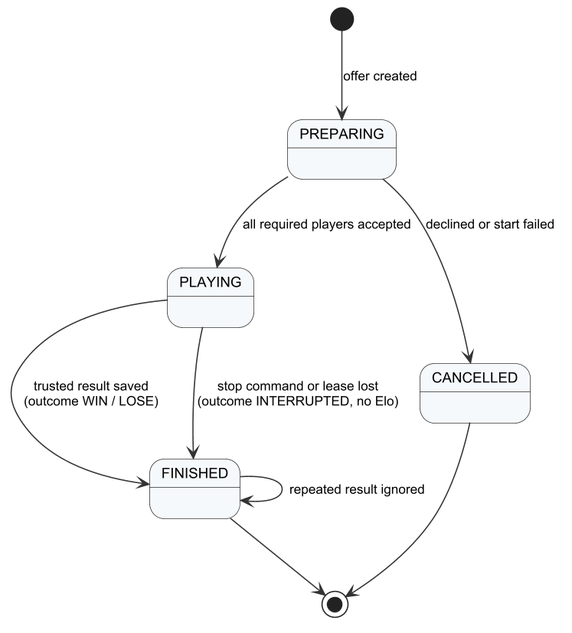
Tad-Min/PickleVerse keeps this PlantUML diagram as Doc/Project_report/Report/diagrams/png/r4_sm_match.png. Above is the earlier version. The source it was exported from:
```plantuml
@startuml r4_sm_match
!include _style.iuml
[*] --> PREPARING : offer created
PREPARING --> PLAYING : all required players accepted
PREPARING --> CANCELLED : declined or start failed
PLAYING --> FINISHED : trusted result saved\n(outcome WIN / LOSE)
PLAYING --> FINISHED : stop command or lease lost\n(outcome INTERRUPTED, no Elo)
FINISHED --> FINISHED : repeated result ignored
FINISHED --> [*]
CANCELLED --> [*]
@enduml
```
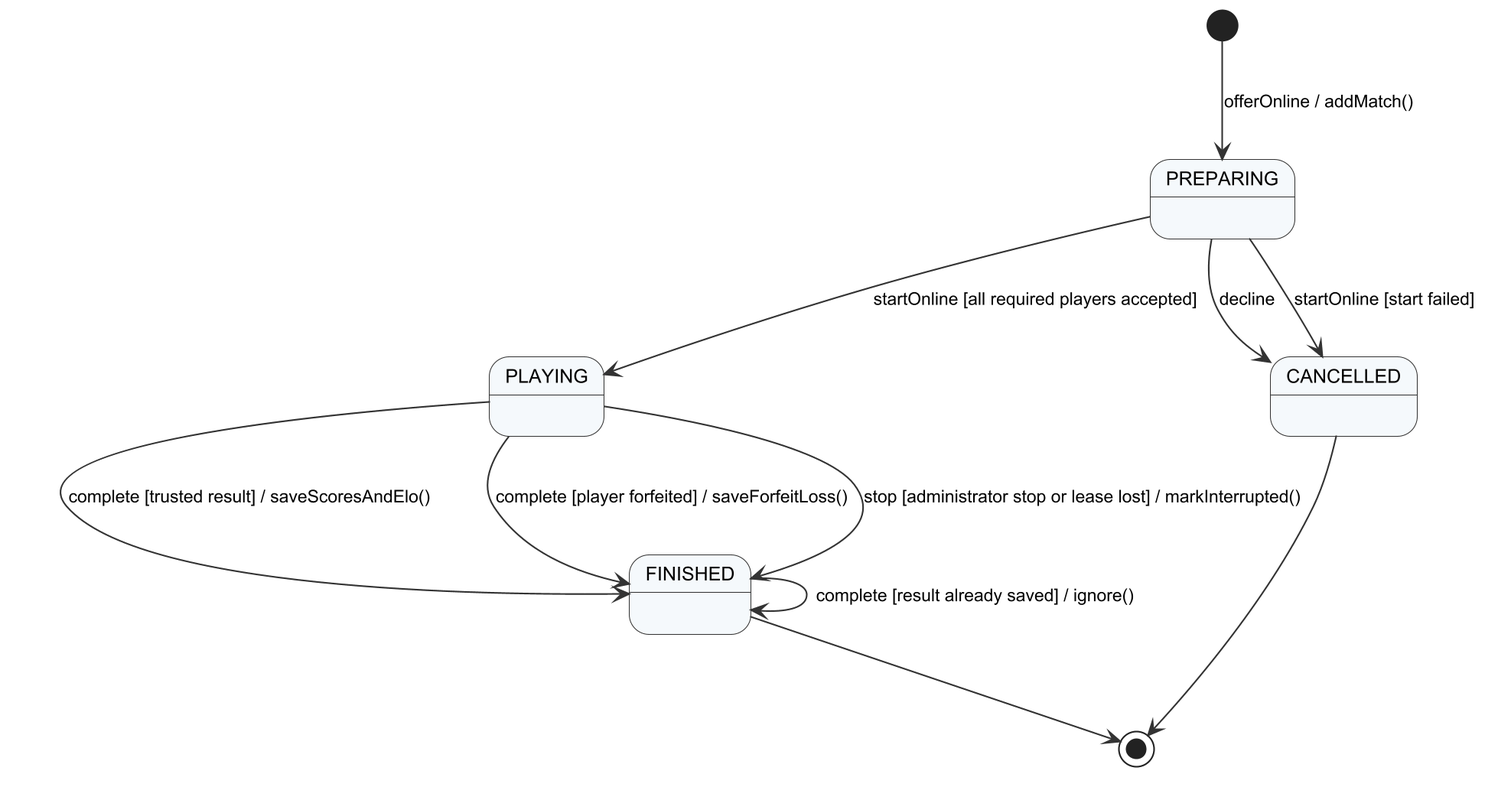
Later version of the same file.

What changed in the source:
```diff
@@ -1,11 +1,13 @@
 @startuml r4_sm_match
 !include _style.iuml
-[*] --> PREPARING : offer created
-PREPARING --> PLAYING : all required players accepted
-PREPARING --> CANCELLED : declined or start failed
-PLAYING --> FINISHED : trusted result saved\n(outcome WIN / LOSE)
-PLAYING --> FINISHED : stop command or lease lost\n(outcome INTERRUPTED, no Elo)
-FINISHED --> FINISHED : repeated result ignored
+[*] --> PREPARING : offerOnline / addMatch()
+PREPARING --> PLAYING : startOnline [all required players accepted]
+PREPARING --> CANCELLED : decline
+PREPARING --> CANCELLED : startOnline [start failed]
+PLAYING --> FINISHED : complete [trusted result] / saveScoresAndElo()
+PLAYING --> FINISHED : complete [player forfeited] / saveForfeitLoss()
+PLAYING --> FINISHED : stop [administrator stop or lease lost] / markInterrupted()
+FINISHED --> FINISHED : complete [result already saved] / ignore()
 FINISHED --> [*]
 CANCELLED --> [*]
 @enduml
```
